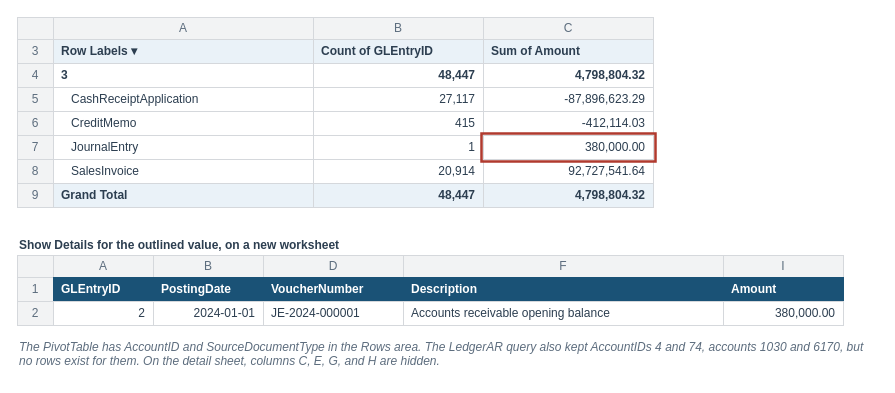
This is visuals/src/fig-08-06-ar-ledger-by-source.drawio from mmcodesso/Accounting_Analytics_Book, a draw.io file, before an edit. Source tidied: cells renumbered, new cells numbered last; positions are measured from the earlier drawing's top-left corner, leaving out a move shared by most shapes. Both pictures are drawn from the tidied source at 100%, with x=0, y=0 at pixel (17, 17).
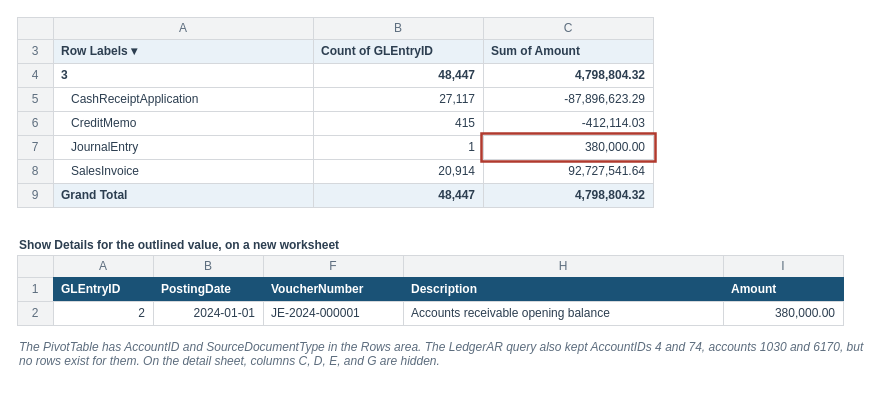
The same diagram, later.

The edit, as a diff of the source:
```diff
@@
-    <mxCell id="39" value="D" style="rounded=0;arcSize=6;whiteSpace=wrap;html=1;fillColor=#F2F3F4;strokeColor=#D5D8DC;strokeWidth=1;fontColor=#5D6D7E;fontSize=12;fontStyle=0;align=center;verticalAlign=middle;fontFamily=Helvetica;spacingLeft=6;spacingRight=6;" parent="1" vertex="1">
+    <mxCell id="39" value="F" style="rounded=0;arcSize=6;whiteSpace=wrap;html=1;fillColor=#F2F3F4;strokeColor=#D5D8DC;strokeWidth=1;fontColor=#5D6D7E;fontSize=12;fontStyle=0;align=center;verticalAlign=middle;fontFamily=Helvetica;spacingLeft=6;spacingRight=6;" parent="1" vertex="1">
       <mxGeometry x="246" y="238" width="140" height="22" as="geometry" />
     </mxCell>
-    <mxCell id="40" value="F" style="rounded=0;arcSize=6;whiteSpace=wrap;html=1;fillColor=#F2F3F4;strokeColor=#D5D8DC;strokeWidth=1;fontColor=#5D6D7E;fontSize=12;fontStyle=0;align=center;verticalAlign=middle;fontFamily=Helvetica;spacingLeft=6;spacingRight=6;" parent="1" vertex="1">
+    <mxCell id="40" value="H" style="rounded=0;arcSize=6;whiteSpace=wrap;html=1;fillColor=#F2F3F4;strokeColor=#D5D8DC;strokeWidth=1;fontColor=#5D6D7E;fontSize=12;fontStyle=0;align=center;verticalAlign=middle;fontFamily=Helvetica;spacingLeft=6;spacingRight=6;" parent="1" vertex="1">
       <mxGeometry x="386" y="238" width="320" height="22" as="geometry" />
     </mxCell>
@@
-    <mxCell id="54" value="&lt;i&gt;The PivotTable has AccountID and SourceDocumentType in the Rows area. The LedgerAR query also kept AccountIDs 4 and 74, accounts 1030 and 6170, but no rows exist for them. On the detail sheet, columns C, E, G, and H are hidden.&lt;/i&gt;" style="text;html=1;whiteSpace=wrap;align=left;verticalAlign=top;fontSize=12;fontColor=#5D6D7E;fontStyle=0;fontFamily=Helvetica;spacing=2;fillColor=none;strokeColor=none;" parent="1" vertex="1">
+    <mxCell id="54" value="&lt;i&gt;The PivotTable has AccountID and SourceDocumentType in the Rows area. The LedgerAR query also kept AccountIDs 4 and 74, accounts 1030 and 6170, but no rows exist for them. On the detail sheet, columns C, D, E, and G are hidden.&lt;/i&gt;" style="text;html=1;whiteSpace=wrap;align=left;verticalAlign=top;fontSize=12;fontColor=#5D6D7E;fontStyle=0;fontFamily=Helvetica;spacing=2;fillColor=none;strokeColor=none;" parent="1" vertex="1">
       <mxGeometry y="316" width="860" height="40" as="geometry" />
     </mxCell>
```
